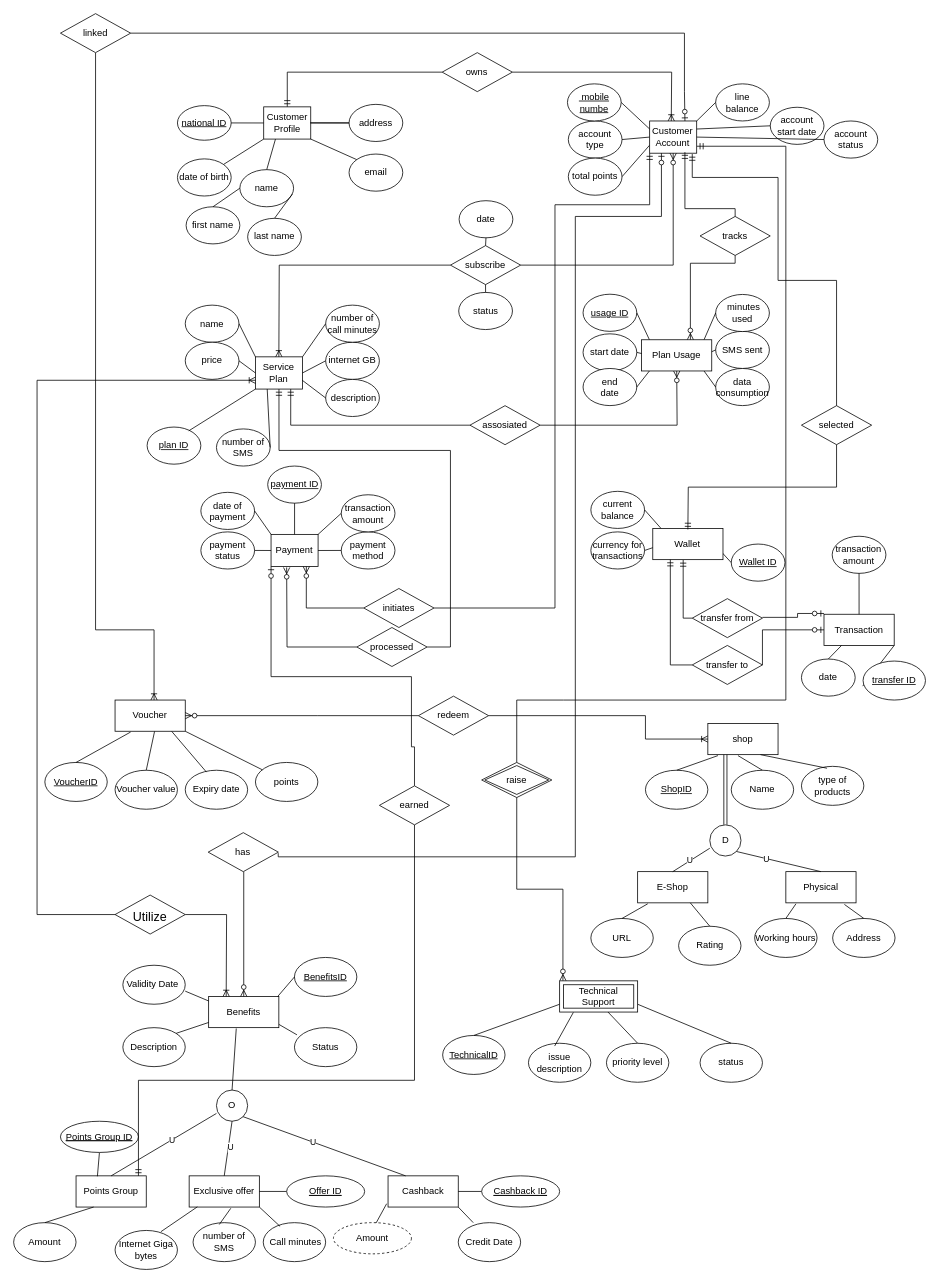
The draw.io diagram Untitled Diagram.drawio in Blaze-trio/Blaze-trio.github.io, before the edit. Source tidied: cells renumbered, new cells numbered last; positions are measured from the earlier drawing's top-left corner, leaving out a move shared by most shapes. Both pictures are drawn from the tidied source at 78%, with x=0, y=0 at pixel (13, 13).
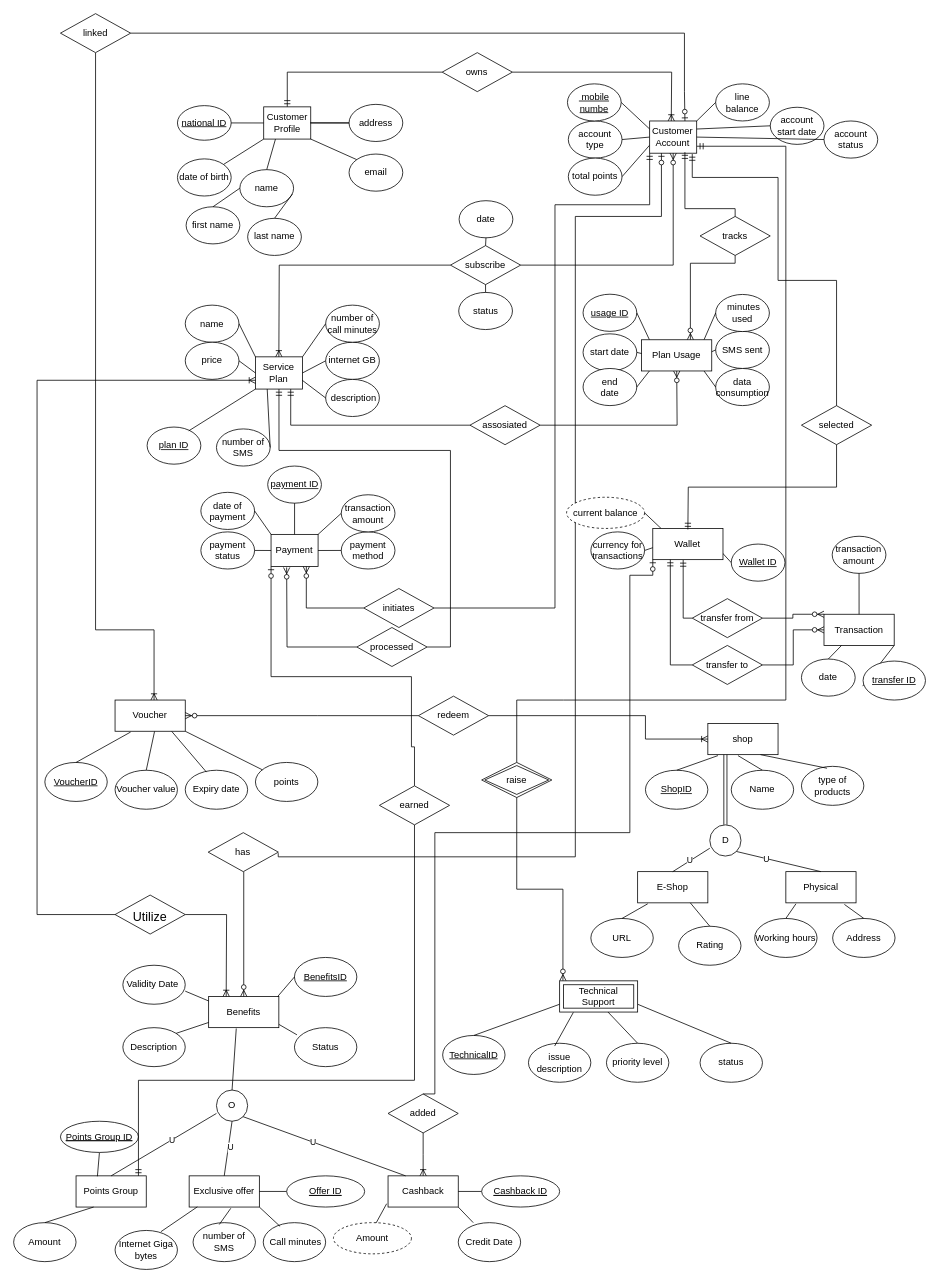
Above is the later version.

The change refers to these unchanged cells:
```xml
<mxCell id="36" style="group;" parent="1" vertex="1">
  <mxGeometry y="1210" width="700" height="400" as="geometry" />
</mxCell>
<mxCell id="55" value="Cashback" style="rounded=0;whiteSpace=wrap;html=1;" parent="36" vertex="1">
  <mxGeometry x="480" y="280" width="90" height="40" as="geometry" />
</mxCell>
<mxCell id="130" style="group;" parent="1" vertex="1">
  <mxGeometry x="740" y="580" width="248.9" height="176.5" as="geometry" />
</mxCell>
<mxCell id="137" value="&lt;div&gt;Wallet&lt;/div&gt;" style="rounded=0;whiteSpace=wrap;html=1;" parent="130" vertex="1">
  <mxGeometry x="79.4" y="80" width="90" height="40" as="geometry" />
</mxCell>
<mxCell id="174" value="transfer to" style="shape=rhombus;perimeter=rhombusPerimeter;whiteSpace=wrap;html=1;align=center;" parent="1" vertex="1">
  <mxGeometry x="870" y="810" width="90" height="50" as="geometry" />
</mxCell>
<mxCell id="198" value="transfer from" style="shape=rhombus;perimeter=rhombusPerimeter;whiteSpace=wrap;html=1;align=center;" parent="1" vertex="1">
  <mxGeometry x="870" y="750" width="90" height="50" as="geometry" />
</mxCell>
<mxCell id="199" value="Transaction" style="rounded=0;whiteSpace=wrap;html=1;" parent="1" vertex="1">
  <mxGeometry x="1038.9" y="770" width="90" height="40" as="geometry" />
</mxCell>
```

Change to the diagram source:
```diff
@@
+    <mxCell id="220" value="added" style="shape=rhombus;perimeter=rhombusPerimeter;whiteSpace=wrap;html=1;align=center;" parent="36" vertex="1">
+      <mxGeometry x="480" y="175" width="90" height="50" as="geometry" />
+    </mxCell>
+    <mxCell id="221" style="edgeStyle=elbowEdgeStyle;fontSize=12;html=1;endArrow=ERoneToMany;rounded=0;exitX=0.5;exitY=1;exitDx=0;exitDy=0;entryX=0.5;entryY=0;entryDx=0;entryDy=0;" parent="36" edge="1" source="220" target="55">
+      <mxGeometry relative="1" as="geometry" />
+    </mxCell>
@@
-    <mxCell id="131" value="current balance" style="ellipse;whiteSpace=wrap;html=1;" parent="130" vertex="1">
-      <mxGeometry y="32.4" width="68.9" height="47.6" as="geometry" />
-    </mxCell>
@@
+    <mxCell id="131" value="current balance" style="ellipse;whiteSpace=wrap;html=1;align=center;dashed=1;" parent="130" vertex="1">
+      <mxGeometry x="-31.1" y="40" width="100" height="40" as="geometry" />
+    </mxCell>
@@
-    <mxCell id="201" style="edgeStyle=orthogonalEdgeStyle;fontSize=12;html=1;endArrow=ERzeroToOne;endFill=1;rounded=0;entryX=0;entryY=0;entryDx=0;entryDy=0;exitX=1;exitY=0.5;exitDx=0;exitDy=0;" parent="1" edge="1">
-      <mxGeometry relative="1" as="geometry">
-        <mxPoint x="960" y="774" as="sourcePoint" />
-        <mxPoint x="1038.9" y="769" as="targetPoint" />
-        <Array as="points">
-          <mxPoint x="1005" y="774" />
-          <mxPoint x="1005" y="769" />
-        </Array>
-      </mxGeometry>
-    </mxCell>
-    <mxCell id="202" style="edgeStyle=orthogonalEdgeStyle;fontSize=12;html=1;endArrow=ERzeroToOne;endFill=1;rounded=0;entryX=0;entryY=0.5;entryDx=0;entryDy=0;exitX=1;exitY=0.5;exitDx=0;exitDy=0;" parent="1" edge="1" source="174" target="199">
-      <mxGeometry relative="1" as="geometry">
-        <Array as="points">
-          <mxPoint x="960" y="790" />
-        </Array>
-      </mxGeometry>
-    </mxCell>
@@
+    <mxCell id="202" style="edgeStyle=orthogonalEdgeStyle;fontSize=12;html=1;endArrow=ERzeroToMany;endFill=1;rounded=0;entryX=0;entryY=0.5;entryDx=0;entryDy=0;exitX=1;exitY=0.5;exitDx=0;exitDy=0;" parent="1" edge="1" source="174" target="199">
+      <mxGeometry relative="1" as="geometry" />
+    </mxCell>
+    <mxCell id="222" style="edgeStyle=orthogonalEdgeStyle;fontSize=12;html=1;endArrow=ERzeroToMany;endFill=1;rounded=0;entryX=0;entryY=0;entryDx=0;entryDy=0;exitX=1;exitY=0.5;exitDx=0;exitDy=0;" parent="1" edge="1" source="198" target="199">
+      <mxGeometry relative="1" as="geometry">
+        <Array as="points">
+          <mxPoint x="999" y="775" />
+          <mxPoint x="999" y="770" />
+        </Array>
+      </mxGeometry>
+    </mxCell>
+    <mxCell id="223" style="edgeStyle=orthogonalEdgeStyle;fontSize=12;html=1;endArrow=ERzeroToOne;endFill=1;rounded=0;exitX=0.5;exitY=0;exitDx=0;exitDy=0;entryX=0;entryY=1;entryDx=0;entryDy=0;" parent="1" edge="1" source="220" target="137">
+      <mxGeometry relative="1" as="geometry">
+        <Array as="points">
+          <mxPoint x="540" y="1050" />
+          <mxPoint x="790" y="1050" />
+          <mxPoint x="790" y="720" />
+          <mxPoint x="819" y="720" />
+        </Array>
+      </mxGeometry>
+    </mxCell>
```
